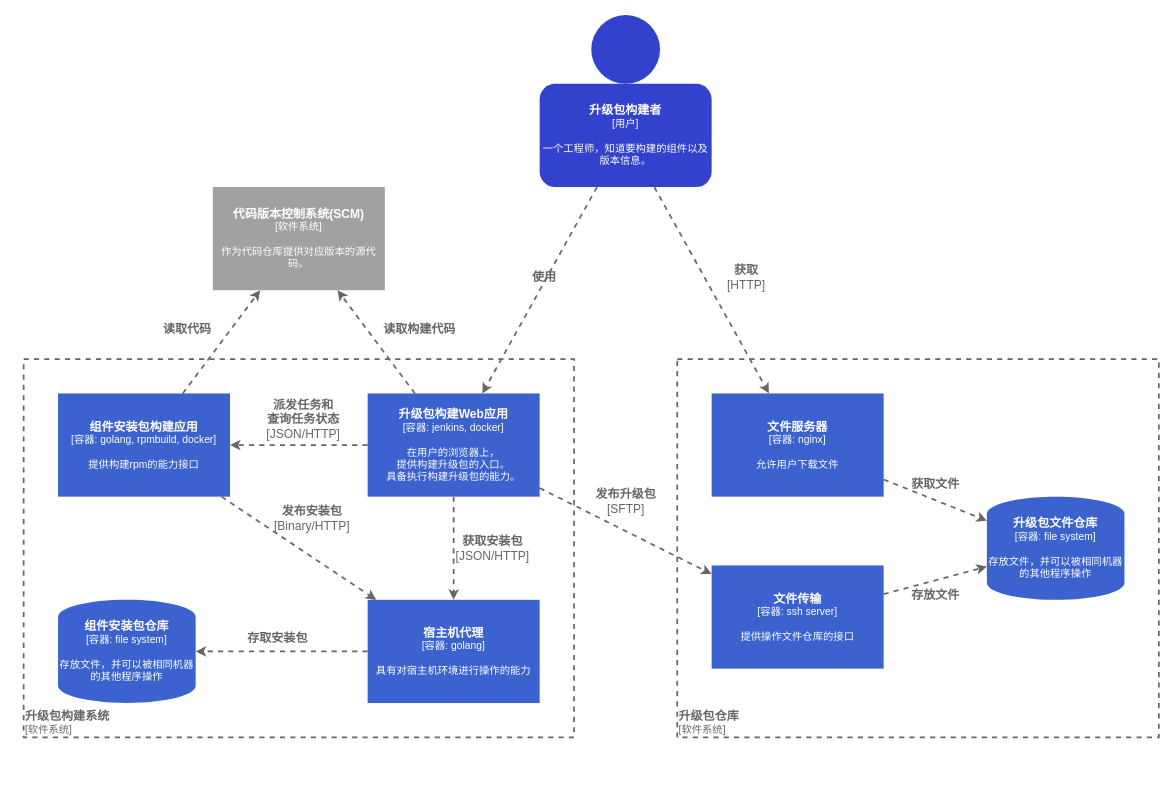
The draw.io diagram page "架构图_C4_容器" (2 of 3) of Programmar/project/upgrade_package_factory/构建demo设计图.drawio in xiahaohai123/Blog, before the edit. Source tidied: cells renumbered, new cells numbered last; positions are measured from the earlier drawing's top-left corner, leaving out a move shared by most shapes. Both pictures are drawn from the tidied source at 86%, with x=0, y=0 at pixel (23, 15).
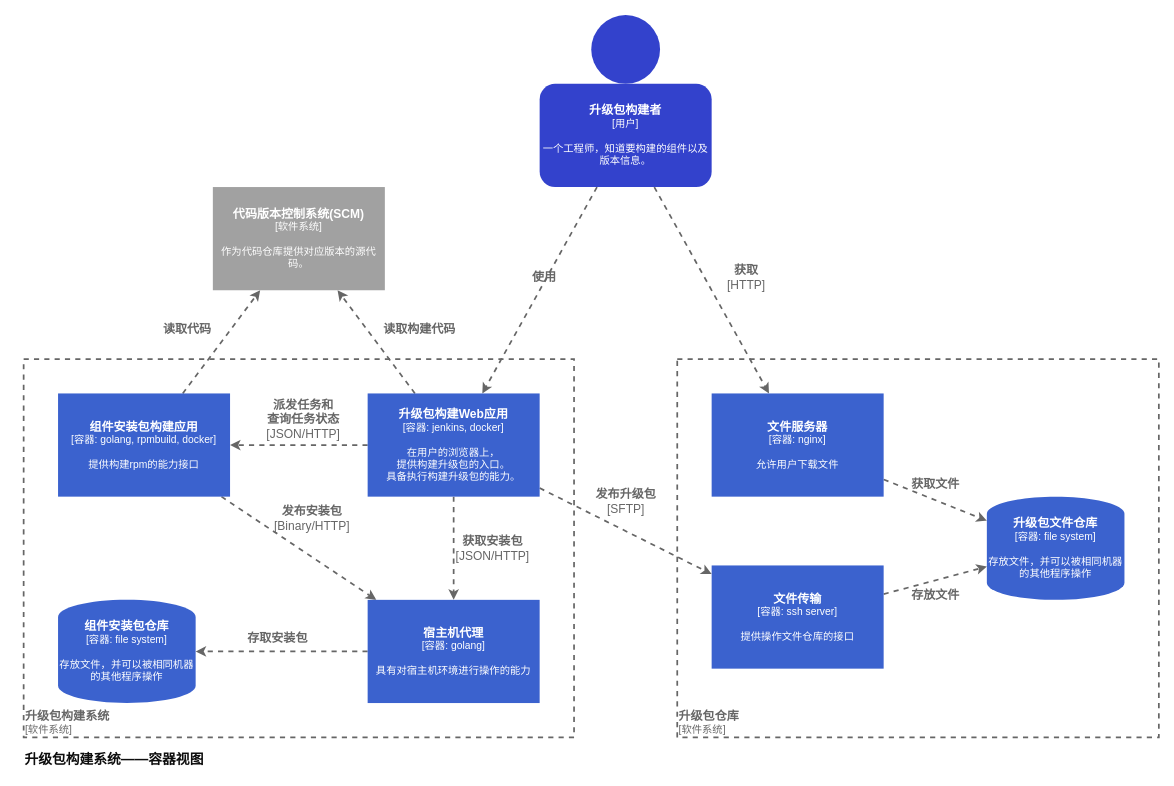
The same diagram, later.

What changed in the source:
```diff
@@
+    <mxCell id="37" value="&lt;b&gt;升级包构建系统——容器视图&lt;/b&gt;" style="text;html=1;align=center;verticalAlign=middle;strokeColor=none;fillColor=none;fontSize=16;fontColor=#0D0D0D;spacing=2;" parent="1" vertex="1">
+      <mxGeometry x="-10" y="850" width="230" height="30" as="geometry" />
+    </mxCell>
```
